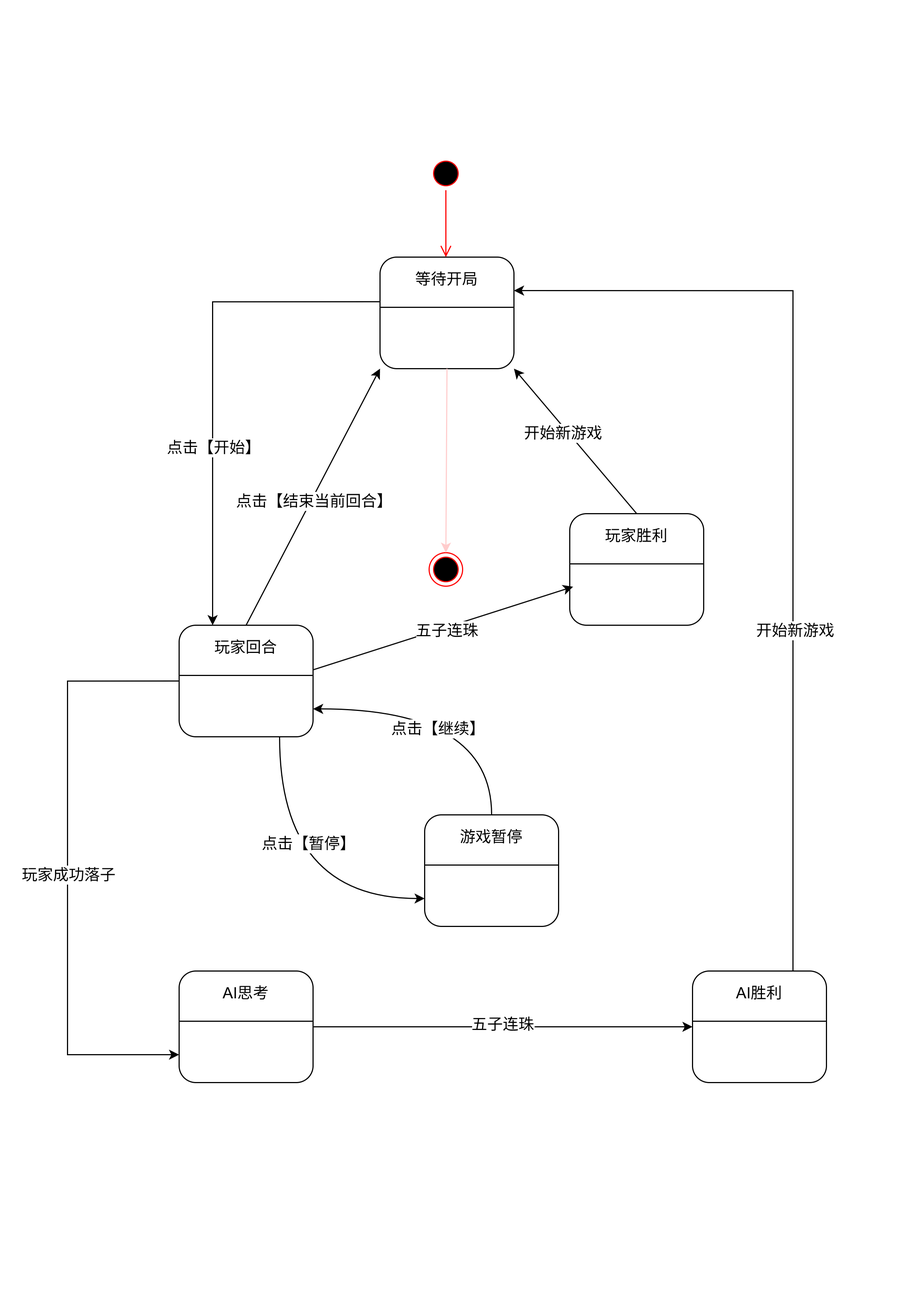
Before: docs/State Machine Diagram.drawio.png, a diagram exported from draw.io (lazy-cat419/Software-Engineering_Final-Work). Source tidied: cells renumbered, new cells last; positions are measured from the earlier drawing's top-left corner, leaving out a move shared by most shapes. The source it was exported from:
```xml
<mxGraphModel>
  <root>
    <mxCell id="0" />
    <mxCell id="1" parent="0" />
    <mxCell id="2" style="ellipse;html=1;shape=startState;fillColor=#000000;strokeColor=#ff0000;" parent="1" vertex="1">
      <mxGeometry x="324" width="30" height="30" as="geometry" />
    </mxCell>
    <mxCell id="3" style="edgeStyle=orthogonalEdgeStyle;html=1;verticalAlign=bottom;endArrow=open;endSize=8;strokeColor=#ff0000;rounded=0;" parent="1" edge="1" source="2">
      <mxGeometry relative="1" as="geometry">
        <mxPoint x="339" y="90" as="targetPoint" />
      </mxGeometry>
    </mxCell>
    <mxCell id="4" style="group;" parent="1" vertex="1">
      <mxGeometry x="280" y="90" width="120" height="100" as="geometry" />
    </mxCell>
    <mxCell id="5" style="rounded=1;whiteSpace=wrap;html=1;" parent="4" vertex="1">
      <mxGeometry width="120" height="100" as="geometry" />
    </mxCell>
    <mxCell id="6" style="line;strokeWidth=1;dashed=0;labelPosition=right;align=left;verticalAlign=middle;spacingTop=0;spacingLeft=6;" parent="4" vertex="1">
      <mxGeometry y="40" width="120" height="10" as="geometry" />
    </mxCell>
    <mxCell id="7" value="&lt;font style=&quot;font-size: 14px;&quot;&gt;等待开局&lt;/font&gt;" style="text;html=1;whiteSpace=wrap;strokeColor=none;fillColor=none;align=center;verticalAlign=middle;rounded=0;" parent="4" vertex="1">
      <mxGeometry width="120" height="40" as="geometry" />
    </mxCell>
    <mxCell id="8" style="ellipse;html=1;shape=endState;fillColor=#000000;strokeColor=#ff0000;" parent="1" vertex="1">
      <mxGeometry x="324" y="355" width="30" height="30" as="geometry" />
    </mxCell>
    <mxCell id="9" style="rounded=0;jettySize=auto;html=1;exitX=0.5;exitY=1;exitDx=0;exitDy=0;entryX=0.5;entryY=0;entryDx=0;entryDy=0;strokeColor=light-dark(#FFCCCC,#FF9090);" parent="1" edge="1" source="5" target="8">
      <mxGeometry relative="1" as="geometry" />
    </mxCell>
    <mxCell id="10" style="group;" parent="1" vertex="1">
      <mxGeometry x="100" y="420" width="120" height="100" as="geometry" />
    </mxCell>
    <mxCell id="11" style="rounded=1;whiteSpace=wrap;html=1;" parent="10" vertex="1">
      <mxGeometry width="120" height="100" as="geometry" />
    </mxCell>
    <mxCell id="12" style="line;strokeWidth=1;dashed=0;labelPosition=right;align=left;verticalAlign=middle;spacingTop=0;spacingLeft=6;" parent="10" vertex="1">
      <mxGeometry y="40" width="120" height="10" as="geometry" />
    </mxCell>
    <mxCell id="13" value="&lt;font style=&quot;font-size: 14px;&quot;&gt;玩家回合&lt;/font&gt;" style="text;html=1;whiteSpace=wrap;strokeColor=none;fillColor=none;align=center;verticalAlign=middle;rounded=0;" parent="10" vertex="1">
      <mxGeometry width="120" height="40" as="geometry" />
    </mxCell>
    <mxCell id="14" style="edgeStyle=orthogonalEdgeStyle;rounded=0;jettySize=auto;html=1;exitX=0;exitY=1;exitDx=0;exitDy=0;curved=0;entryX=0.25;entryY=0;entryDx=0;entryDy=0;" parent="1" edge="1" source="7" target="13">
      <mxGeometry relative="1" as="geometry">
        <Array as="points">
          <mxPoint x="130" y="130" />
        </Array>
      </mxGeometry>
    </mxCell>
    <mxCell id="15" value="&lt;font style=&quot;font-size: 14px;&quot;&gt;点击【开始】&lt;/font&gt;" style="edgeLabel;html=1;align=center;verticalAlign=middle;" parent="14" vertex="1">
      <mxGeometry x="0.59" y="19" relative="1" as="geometry">
        <mxPoint x="-19" y="-70" as="offset" />
      </mxGeometry>
    </mxCell>
    <mxCell id="16" style="rounded=0;jettySize=auto;html=1;exitX=0.5;exitY=0;exitDx=0;exitDy=0;entryX=0;entryY=1;entryDx=0;entryDy=0;" parent="1" edge="1" source="13" target="5">
      <mxGeometry relative="1" as="geometry" />
    </mxCell>
    <mxCell id="17" value="&lt;font style=&quot;font-size: 14px;&quot;&gt;点击【结束当前回合】&lt;/font&gt;" style="edgeLabel;html=1;align=center;verticalAlign=middle;" parent="16" vertex="1">
      <mxGeometry x="-0.02" y="-2" relative="1" as="geometry" />
    </mxCell>
    <mxCell id="18" style="group;" parent="1" vertex="1">
      <mxGeometry x="450" y="320" width="120" height="100" as="geometry" />
    </mxCell>
    <mxCell id="19" style="rounded=1;whiteSpace=wrap;html=1;" parent="18" vertex="1">
      <mxGeometry width="120" height="100" as="geometry" />
    </mxCell>
    <mxCell id="20" style="line;strokeWidth=1;dashed=0;labelPosition=right;align=left;verticalAlign=middle;spacingTop=0;spacingLeft=6;" parent="18" vertex="1">
      <mxGeometry y="40" width="120" height="10" as="geometry" />
    </mxCell>
    <mxCell id="21" value="&lt;font style=&quot;font-size: 14px;&quot;&gt;玩家胜利&lt;/font&gt;" style="text;html=1;whiteSpace=wrap;strokeColor=none;fillColor=none;align=center;verticalAlign=middle;rounded=0;" parent="18" vertex="1">
      <mxGeometry width="120" height="40" as="geometry" />
    </mxCell>
    <mxCell id="22" style="rounded=0;jettySize=auto;html=1;exitX=0.5;exitY=0;exitDx=0;exitDy=0;entryX=1;entryY=1;entryDx=0;entryDy=0;" parent="1" edge="1" source="19" target="5">
      <mxGeometry relative="1" as="geometry" />
    </mxCell>
    <mxCell id="23" value="&lt;font style=&quot;font-size: 14px;&quot;&gt;开始新游戏&lt;/font&gt;" style="edgeLabel;html=1;align=center;verticalAlign=middle;" parent="22" vertex="1">
      <mxGeometry x="0.15" y="4" relative="1" as="geometry">
        <mxPoint y="-1" as="offset" />
      </mxGeometry>
    </mxCell>
    <mxCell id="24" style="group;" parent="1" vertex="1">
      <mxGeometry x="100" y="730" width="120" height="100" as="geometry" />
    </mxCell>
    <mxCell id="25" style="rounded=1;whiteSpace=wrap;html=1;" parent="24" vertex="1">
      <mxGeometry width="120" height="100" as="geometry" />
    </mxCell>
    <mxCell id="26" style="line;strokeWidth=1;dashed=0;labelPosition=right;align=left;verticalAlign=middle;spacingTop=0;spacingLeft=6;" parent="24" vertex="1">
      <mxGeometry y="40" width="120" height="10" as="geometry" />
    </mxCell>
    <mxCell id="27" value="&lt;font style=&quot;font-size: 14px;&quot;&gt;AI思考&lt;/font&gt;" style="text;html=1;whiteSpace=wrap;strokeColor=none;fillColor=none;align=center;verticalAlign=middle;rounded=0;" parent="24" vertex="1">
      <mxGeometry width="120" height="40" as="geometry" />
    </mxCell>
    <mxCell id="28" style="edgeStyle=orthogonalEdgeStyle;rounded=0;jettySize=auto;html=1;exitX=0;exitY=0.5;exitDx=0;exitDy=0;entryX=0;entryY=0.75;entryDx=0;entryDy=0;" parent="1" edge="1" source="11" target="25">
      <mxGeometry relative="1" as="geometry">
        <Array as="points">
          <mxPoint y="470" />
          <mxPoint y="805" />
        </Array>
      </mxGeometry>
    </mxCell>
    <mxCell id="29" value="&lt;font style=&quot;font-size: 14px;&quot;&gt;玩家成功落子&lt;/font&gt;" style="edgeLabel;html=1;align=center;verticalAlign=middle;" parent="28" vertex="1">
      <mxGeometry x="0.02" relative="1" as="geometry" />
    </mxCell>
    <mxCell id="30" style="group;" parent="1" vertex="1">
      <mxGeometry x="320" y="590" width="120" height="100" as="geometry" />
    </mxCell>
    <mxCell id="31" style="rounded=1;whiteSpace=wrap;html=1;" parent="30" vertex="1">
      <mxGeometry width="120" height="100" as="geometry" />
    </mxCell>
    <mxCell id="32" style="line;strokeWidth=1;dashed=0;labelPosition=right;align=left;verticalAlign=middle;spacingTop=0;spacingLeft=6;" parent="30" vertex="1">
      <mxGeometry y="40" width="120" height="10" as="geometry" />
    </mxCell>
    <mxCell id="33" value="&lt;font style=&quot;font-size: 14px;&quot;&gt;游戏暂停&lt;/font&gt;" style="text;html=1;whiteSpace=wrap;strokeColor=none;fillColor=none;align=center;verticalAlign=middle;rounded=0;" parent="30" vertex="1">
      <mxGeometry width="120" height="40" as="geometry" />
    </mxCell>
    <mxCell id="34" style="edgeStyle=orthogonalEdgeStyle;rounded=0;jettySize=auto;html=1;exitX=0.75;exitY=1;exitDx=0;exitDy=0;entryX=0;entryY=0.75;entryDx=0;entryDy=0;curved=1;" parent="1" edge="1" source="11" target="31">
      <mxGeometry relative="1" as="geometry" />
    </mxCell>
    <mxCell id="35" value="&lt;font style=&quot;font-size: 14px;&quot;&gt;点击【暂停】&lt;/font&gt;" style="edgeLabel;html=1;align=center;verticalAlign=middle;" parent="34" vertex="1">
      <mxGeometry x="-0.3" y="25" relative="1" as="geometry" />
    </mxCell>
    <mxCell id="36" style="edgeStyle=orthogonalEdgeStyle;rounded=0;jettySize=auto;html=1;exitX=0.5;exitY=0;exitDx=0;exitDy=0;entryX=1;entryY=0.75;entryDx=0;entryDy=0;curved=1;" parent="1" edge="1" source="33" target="11">
      <mxGeometry relative="1" as="geometry" />
    </mxCell>
    <mxCell id="37" value="&lt;font style=&quot;font-size: 14px;&quot;&gt;点击【继续】&lt;/font&gt;" style="edgeLabel;html=1;align=center;verticalAlign=middle;" parent="36" vertex="1">
      <mxGeometry x="0.12" y="17" relative="1" as="geometry" />
    </mxCell>
    <mxCell id="38" style="group;" parent="1" vertex="1">
      <mxGeometry x="560" y="730" width="120" height="100" as="geometry" />
    </mxCell>
    <mxCell id="39" style="rounded=1;whiteSpace=wrap;html=1;" parent="38" vertex="1">
      <mxGeometry width="120" height="100" as="geometry" />
    </mxCell>
    <mxCell id="40" style="line;strokeWidth=1;dashed=0;labelPosition=right;align=left;verticalAlign=middle;spacingTop=0;spacingLeft=6;" parent="38" vertex="1">
      <mxGeometry y="40" width="120" height="10" as="geometry" />
    </mxCell>
    <mxCell id="41" value="&lt;font style=&quot;font-size: 14px;&quot;&gt;AI胜利&lt;/font&gt;" style="text;html=1;whiteSpace=wrap;strokeColor=none;fillColor=none;align=center;verticalAlign=middle;rounded=0;" parent="38" vertex="1">
      <mxGeometry width="120" height="40" as="geometry" />
    </mxCell>
    <mxCell id="42" style="edgeStyle=orthogonalEdgeStyle;rounded=0;jettySize=auto;html=1;exitX=1;exitY=0.5;exitDx=0;exitDy=0;entryX=0;entryY=0.5;entryDx=0;entryDy=0;" parent="1" edge="1" source="25" target="39">
      <mxGeometry relative="1" as="geometry" />
    </mxCell>
    <mxCell id="43" value="&lt;font style=&quot;font-size: 14px;&quot;&gt;五子连珠&lt;/font&gt;" style="edgeLabel;html=1;align=center;verticalAlign=middle;" parent="42" vertex="1">
      <mxGeometry x="-0.01" y="3" relative="1" as="geometry" />
    </mxCell>
    <mxCell id="44" style="rounded=0;jettySize=auto;html=1;exitX=1;exitY=1;exitDx=0;exitDy=0;entryX=0.025;entryY=0.655;entryDx=0;entryDy=0;entryPerimeter=0;" parent="1" edge="1" source="13" target="19">
      <mxGeometry relative="1" as="geometry" />
    </mxCell>
    <mxCell id="45" value="&lt;font style=&quot;font-size: 14px;&quot;&gt;五子连珠&lt;/font&gt;" style="edgeLabel;html=1;align=center;verticalAlign=middle;" parent="44" vertex="1">
      <mxGeometry x="0.02" y="-2" relative="1" as="geometry" />
    </mxCell>
    <mxCell id="46" style="edgeStyle=orthogonalEdgeStyle;rounded=0;jettySize=auto;html=1;exitX=0.75;exitY=0;exitDx=0;exitDy=0;entryX=1;entryY=0.75;entryDx=0;entryDy=0;" parent="1" edge="1" source="41" target="7">
      <mxGeometry relative="1" as="geometry" />
    </mxCell>
    <mxCell id="47" value="&lt;font style=&quot;font-size: 14px;&quot;&gt;开始新游戏&lt;/font&gt;" style="edgeLabel;html=1;align=center;verticalAlign=middle;" parent="46" vertex="1">
      <mxGeometry x="-0.29" y="-1" relative="1" as="geometry">
        <mxPoint y="1" as="offset" />
      </mxGeometry>
    </mxCell>
  </root>
</mxGraphModel>
```
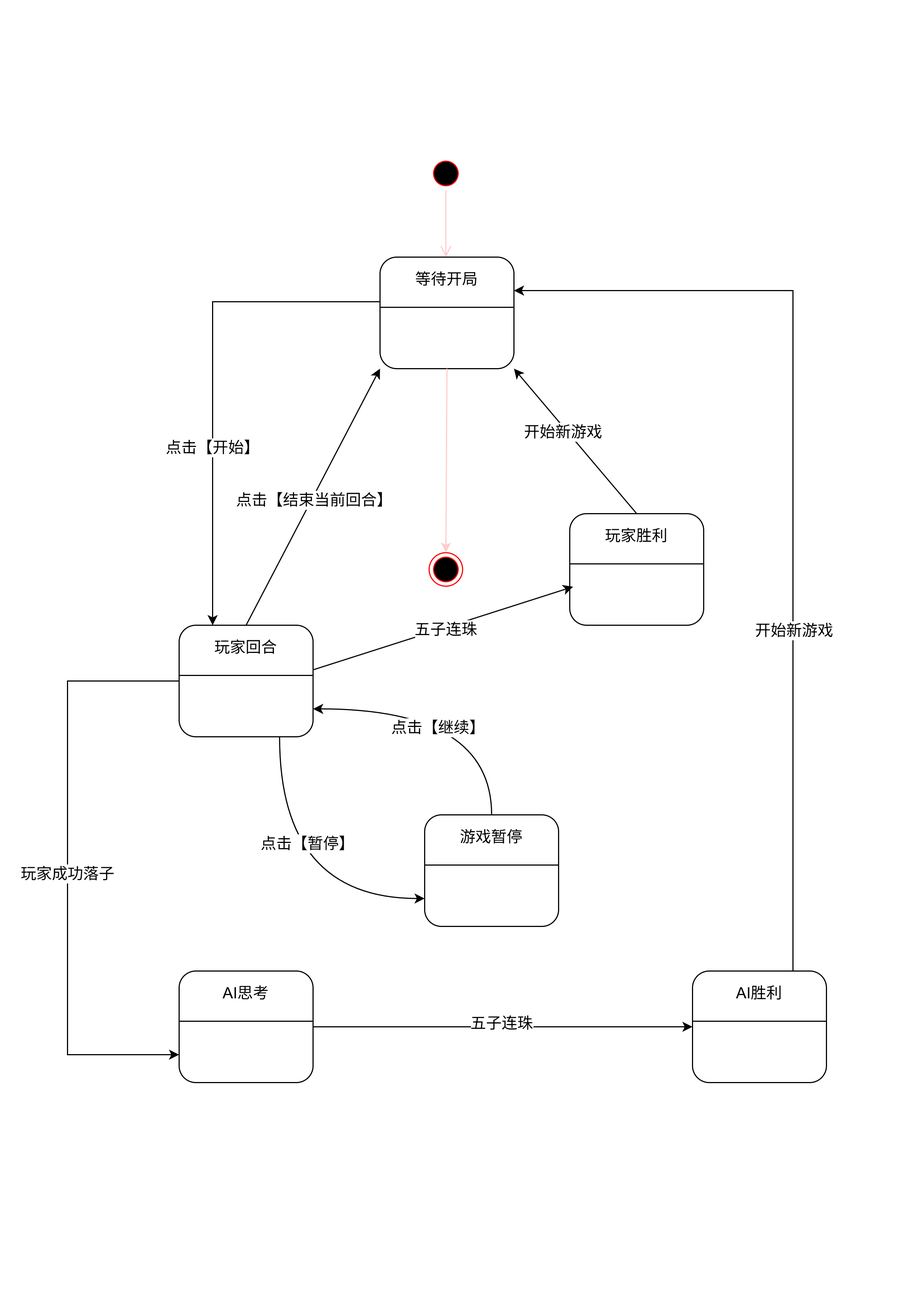
Above is the later version.

Change to the diagram source:
```diff
@@ -5,7 +5,7 @@
     <mxCell id="2" style="ellipse;html=1;shape=startState;fillColor=#000000;strokeColor=#ff0000;" parent="1" vertex="1">
       <mxGeometry x="324" width="30" height="30" as="geometry" />
     </mxCell>
-    <mxCell id="3" style="edgeStyle=orthogonalEdgeStyle;html=1;verticalAlign=bottom;endArrow=open;endSize=8;strokeColor=#ff0000;rounded=0;" parent="1" edge="1" source="2">
+    <mxCell id="3" style="edgeStyle=orthogonalEdgeStyle;html=1;verticalAlign=bottom;endArrow=open;endSize=8;strokeColor=light-dark(#FFCCCC,#FF9090);rounded=0;exitX=0.5;exitY=1;exitDx=0;exitDy=0;" parent="1" edge="1" source="2">
       <mxGeometry relative="1" as="geometry">
         <mxPoint x="339" y="90" as="targetPoint" />
       </mxGeometry>
```
